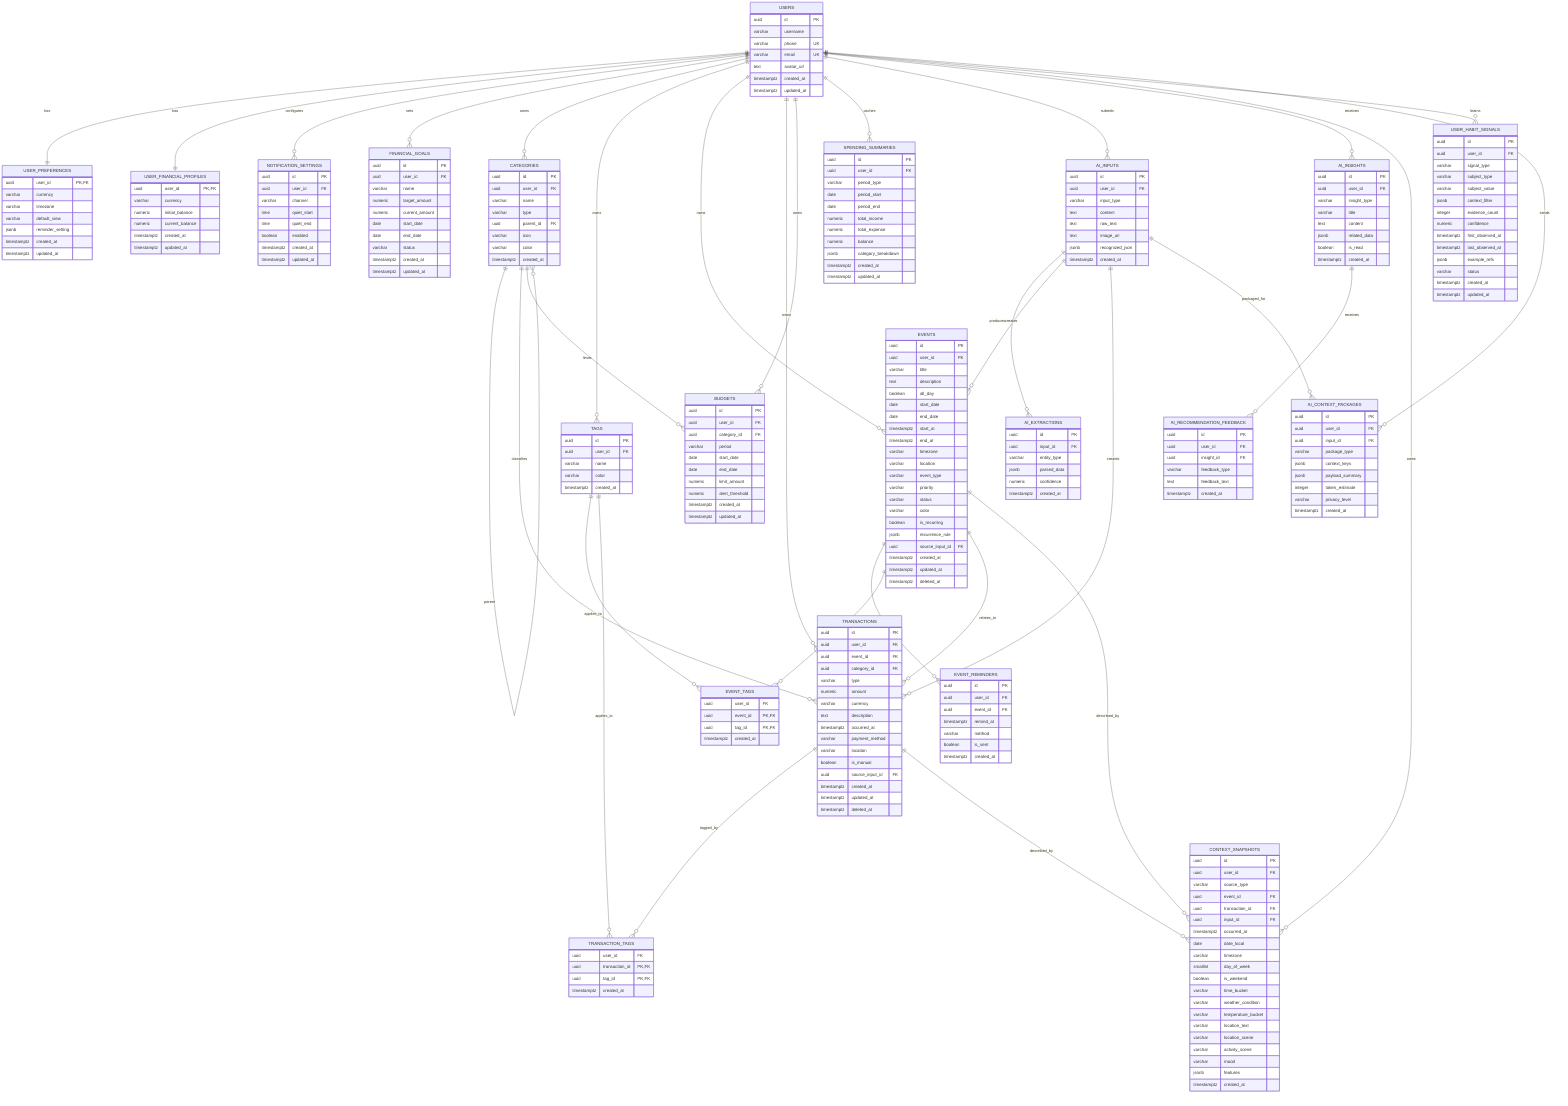
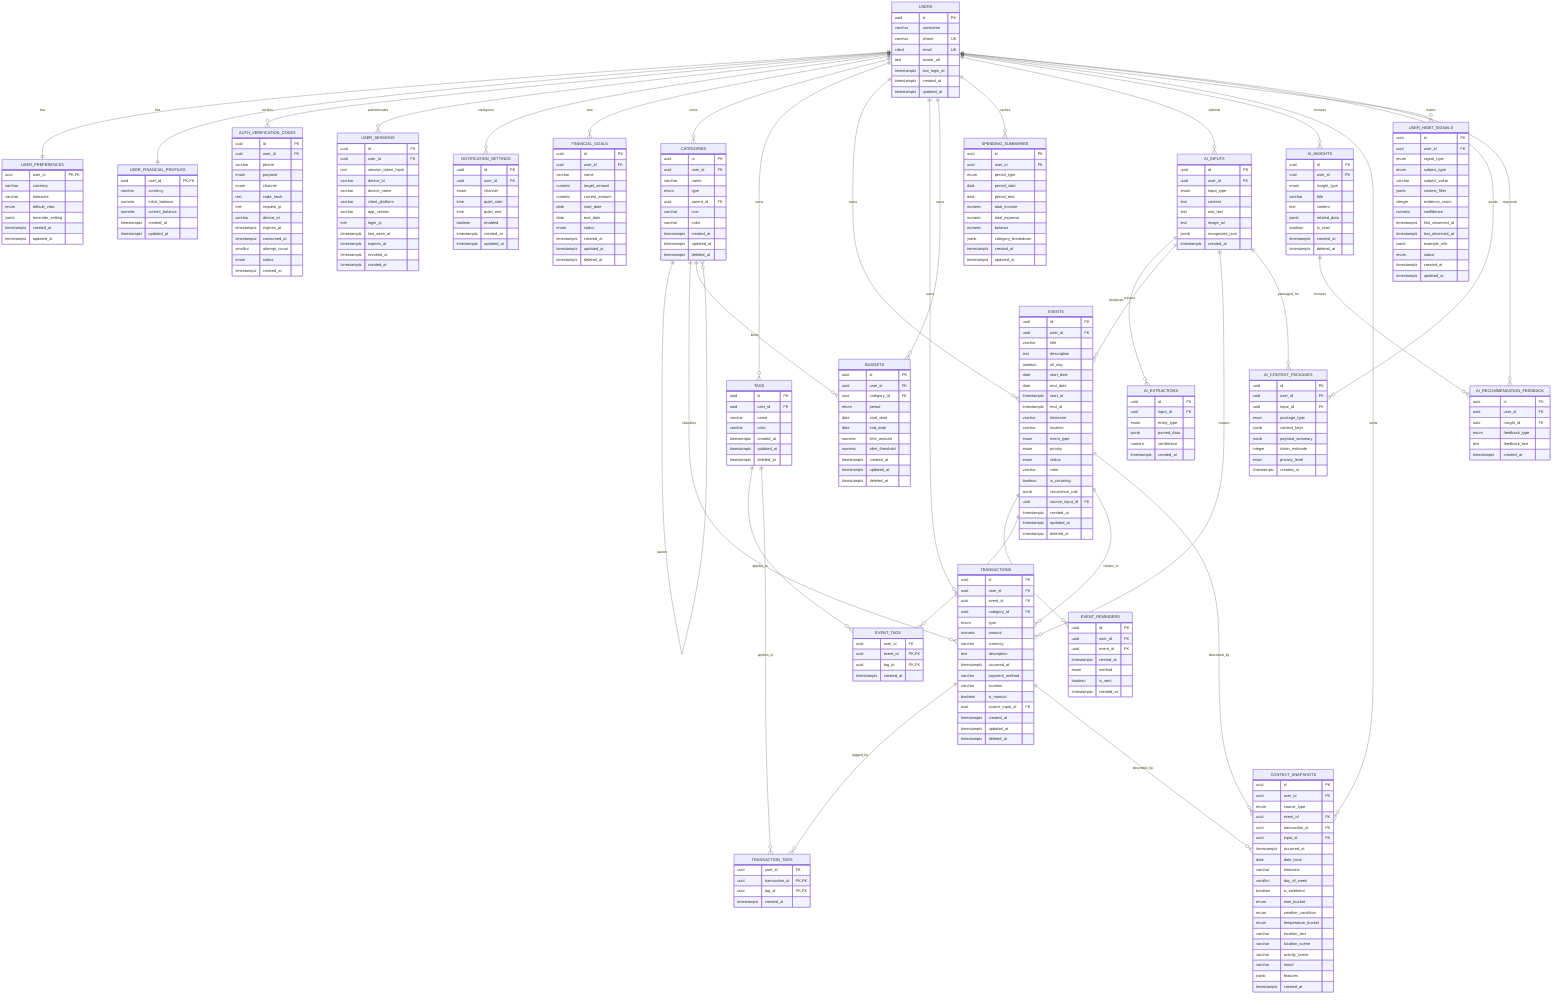
erDiagram
    USERS ||--|| USER_PREFERENCES : has
    USERS ||--|| USER_FINANCIAL_PROFILES : has
+     USERS ||--o{ AUTH_VERIFICATION_CODES : verifies
+     USERS ||--o{ USER_SESSIONS : authenticates
    USERS ||--o{ NOTIFICATION_SETTINGS : configures
    USERS ||--o{ FINANCIAL_GOALS : sets
    USERS ||--o{ CATEGORIES : owns
    USERS ||--o{ TAGS : owns
    USERS ||--o{ EVENTS : owns
    USERS ||--o{ TRANSACTIONS : owns
    USERS ||--o{ BUDGETS : owns
    USERS ||--o{ SPENDING_SUMMARIES : caches
    USERS ||--o{ AI_INPUTS : submits
    USERS ||--o{ AI_INSIGHTS : receives
+     USERS ||--o{ CONTEXT_SNAPSHOTS : owns
+     USERS ||--o{ USER_HABIT_SIGNALS : learns
+     USERS ||--o{ AI_CONTEXT_PACKAGES : sends
+     USERS ||--o{ AI_RECOMMENDATION_FEEDBACK : responds

    CATEGORIES ||--o{ CATEGORIES : parent
    CATEGORIES ||--o{ TRANSACTIONS : classifies
    CATEGORIES ||--o{ BUDGETS : limits

+     TAGS ||--o{ EVENT_TAGS : applies_to
+     TAGS ||--o{ TRANSACTION_TAGS : applies_to
+ 
    EVENTS ||--o{ EVENT_REMINDERS : has
    EVENTS ||--o{ EVENT_TAGS : tagged_by
    EVENTS ||--o{ TRANSACTIONS : relates_to
+     EVENTS ||--o{ CONTEXT_SNAPSHOTS : described_by

    TRANSACTIONS ||--o{ TRANSACTION_TAGS : tagged_by
-     TAGS ||--o{ EVENT_TAGS : applies_to
-     TAGS ||--o{ TRANSACTION_TAGS : applies_to
+     TRANSACTIONS ||--o{ CONTEXT_SNAPSHOTS : described_by

    AI_INPUTS ||--o{ AI_EXTRACTIONS : produces
    AI_INPUTS ||--o{ EVENTS : creates
    AI_INPUTS ||--o{ TRANSACTIONS : creates
    AI_INPUTS ||--o{ AI_CONTEXT_PACKAGES : packaged_for
    AI_INSIGHTS ||--o{ AI_RECOMMENDATION_FEEDBACK : receives
-     EVENTS ||--o{ CONTEXT_SNAPSHOTS : described_by
-     TRANSACTIONS ||--o{ CONTEXT_SNAPSHOTS : described_by
-     USERS ||--o{ CONTEXT_SNAPSHOTS : owns
-     USERS ||--o{ USER_HABIT_SIGNALS : learns
-     USERS ||--o{ AI_CONTEXT_PACKAGES : sends

    USERS {
        uuid id PK
        varchar username
        varchar phone UK
-         varchar email UK
+         citext email UK
        text avatar_url
-         timestamptz created_at
-         timestamptz updated_at
+         timestamptz last_login_at
+         timestamptz created_at
+         timestamptz updated_at
+     }
+ 
+     AUTH_VERIFICATION_CODES {
+         uuid id PK
+         uuid user_id FK
+         varchar phone
+         enum purpose
+         enum channel
+         text code_hash
+         inet request_ip
+         varchar device_id
+         timestamptz expires_at
+         timestamptz consumed_at
+         smallint attempt_count
+         enum status
+         timestamptz created_at
+     }
+ 
+     USER_SESSIONS {
+         uuid id PK
+         uuid user_id FK
+         text session_token_hash
+         varchar device_id
+         varchar device_name
+         varchar client_platform
+         varchar app_version
+         inet login_ip
+         timestamptz last_seen_at
+         timestamptz expires_at
+         timestamptz revoked_at
+         timestamptz created_at
    }

    USER_PREFERENCES {
        uuid user_id PK,FK
        varchar currency
        varchar timezone
-         varchar default_view
+         enum default_view
        jsonb reminder_setting
        timestamptz created_at
        timestamptz updated_at
    }

    USER_FINANCIAL_PROFILES {
        uuid user_id PK,FK
        varchar currency
        numeric initial_balance
        numeric current_balance
        timestamptz created_at
        timestamptz updated_at
    }

    NOTIFICATION_SETTINGS {
        uuid id PK
        uuid user_id FK
-         varchar channel
+         enum channel
        time quiet_start
        time quiet_end
        boolean enabled
        timestamptz created_at
        timestamptz updated_at
    }

    FINANCIAL_GOALS {
        uuid id PK
        uuid user_id FK
        varchar name
        numeric target_amount
        numeric current_amount
        date start_date
        date end_date
-         varchar status
-         timestamptz created_at
-         timestamptz updated_at
+         enum status
+         timestamptz created_at
+         timestamptz updated_at
+         timestamptz deleted_at
    }

    CATEGORIES {
        uuid id PK
        uuid user_id FK
        varchar name
-         varchar type
+         enum type
        uuid parent_id FK
        varchar icon
        varchar color
        timestamptz created_at
+         timestamptz updated_at
+         timestamptz deleted_at
    }

    TAGS {
        uuid id PK
        uuid user_id FK
        varchar name
        varchar color
        timestamptz created_at
+         timestamptz updated_at
+         timestamptz deleted_at
    }

    EVENTS {
        uuid id PK
        uuid user_id FK
        varchar title
        text description
        boolean all_day
        date start_date
        date end_date
        timestamptz start_at
        timestamptz end_at
        varchar timezone
        varchar location
-         varchar event_type
-         varchar priority
-         varchar status
+         enum event_type
+         enum priority
+         enum status
        varchar color
        boolean is_recurring
        jsonb recurrence_rule
        uuid source_input_id FK
        timestamptz created_at
        timestamptz updated_at
        timestamptz deleted_at
    }

    EVENT_REMINDERS {
        uuid id PK
        uuid user_id FK
        uuid event_id FK
        timestamptz remind_at
-         varchar method
+         enum method
        boolean is_sent
        timestamptz created_at
    }

    EVENT_TAGS {
        uuid user_id FK
        uuid event_id PK,FK
        uuid tag_id PK,FK
        timestamptz created_at
    }

    TRANSACTIONS {
        uuid id PK
        uuid user_id FK
        uuid event_id FK
        uuid category_id FK
-         varchar type
+         enum type
        numeric amount
        varchar currency
        text description
        timestamptz occurred_at
        varchar payment_method
        varchar location
        boolean is_manual
        uuid source_input_id FK
        timestamptz created_at
        timestamptz updated_at
        timestamptz deleted_at
    }

    TRANSACTION_TAGS {
        uuid user_id FK
        uuid transaction_id PK,FK
        uuid tag_id PK,FK
        timestamptz created_at
    }

    BUDGETS {
        uuid id PK
        uuid user_id FK
        uuid category_id FK
-         varchar period
+         enum period
        date start_date
        date end_date
        numeric limit_amount
        numeric alert_threshold
        timestamptz created_at
        timestamptz updated_at
+         timestamptz deleted_at
    }

    SPENDING_SUMMARIES {
        uuid id PK
        uuid user_id FK
-         varchar period_type
+         enum period_type
        date period_start
        date period_end
        numeric total_income
        numeric total_expense
        numeric balance
        jsonb category_breakdown
        timestamptz created_at
        timestamptz updated_at
    }

    AI_INPUTS {
        uuid id PK
        uuid user_id FK
-         varchar input_type
+         enum input_type
        text content
        text raw_text
        text image_url
        jsonb recognized_json
        timestamptz created_at
    }

    AI_EXTRACTIONS {
        uuid id PK
        uuid input_id FK
-         varchar entity_type
+         enum entity_type
        jsonb parsed_data
        numeric confidence
        timestamptz created_at
    }

    AI_INSIGHTS {
        uuid id PK
        uuid user_id FK
-         varchar insight_type
+         enum insight_type
        varchar title
        text content
        jsonb related_data
        boolean is_read
        timestamptz created_at
+         timestamptz deleted_at
    }

    CONTEXT_SNAPSHOTS {
        uuid id PK
        uuid user_id FK
-         varchar source_type
+         enum source_type
        uuid event_id FK
        uuid transaction_id FK
        uuid input_id FK
        timestamptz occurred_at
        date date_local
        varchar timezone
        smallint day_of_week
        boolean is_weekend
-         varchar time_bucket
-         varchar weather_condition
-         varchar temperature_bucket
+         enum time_bucket
+         enum weather_condition
+         enum temperature_bucket
        varchar location_text
        varchar location_scene
        varchar activity_scene
        varchar mood
        jsonb features
        timestamptz created_at
    }

    USER_HABIT_SIGNALS {
        uuid id PK
        uuid user_id FK
-         varchar signal_type
-         varchar subject_type
+         enum signal_type
+         enum subject_type
        varchar subject_value
        jsonb context_filter
        integer evidence_count
        numeric confidence
        timestamptz first_observed_at
        timestamptz last_observed_at
        jsonb example_refs
-         varchar status
+         enum status
        timestamptz created_at
        timestamptz updated_at
    }

    AI_CONTEXT_PACKAGES {
        uuid id PK
        uuid user_id FK
        uuid input_id FK
-         varchar package_type
+         enum package_type
        jsonb context_keys
        jsonb payload_summary
        integer token_estimate
-         varchar privacy_level
+         enum privacy_level
        timestamptz created_at
    }

    AI_RECOMMENDATION_FEEDBACK {
        uuid id PK
        uuid user_id FK
        uuid insight_id FK
-         varchar feedback_type
+         enum feedback_type
        text feedback_text
        timestamptz created_at
    }
